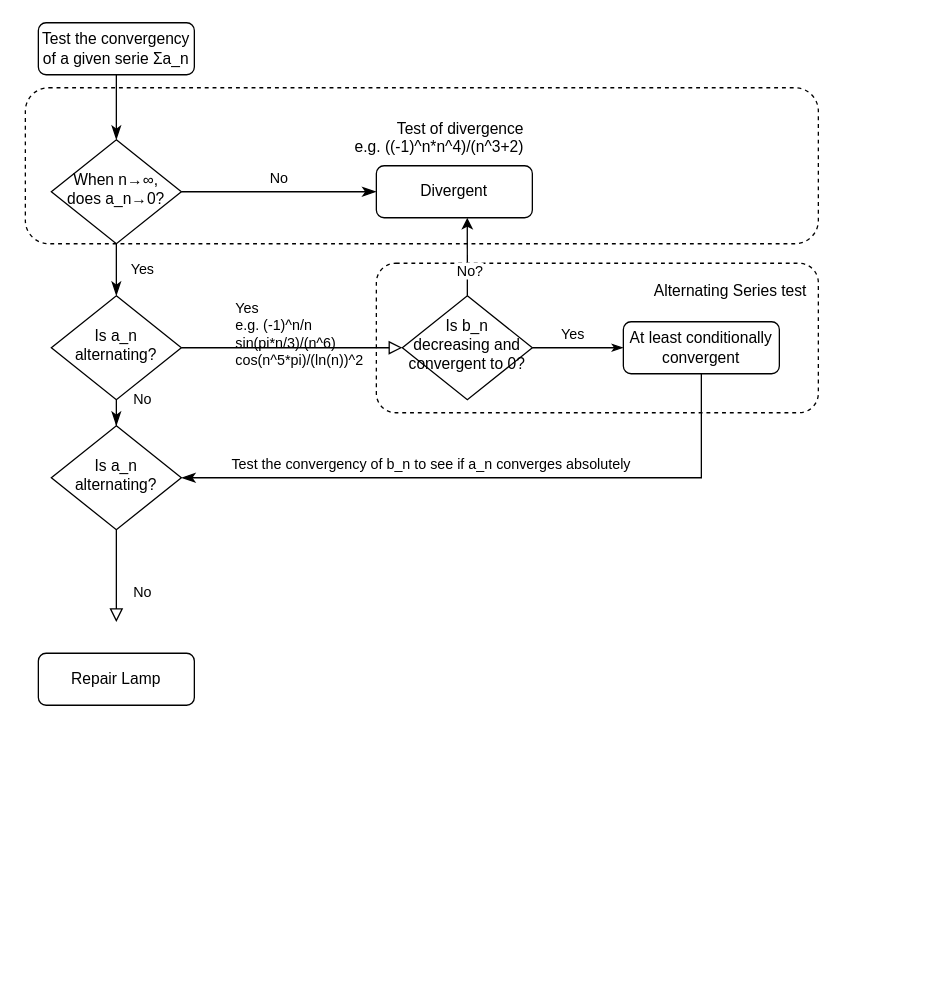
Before: convergency_testings.drawio in lemonci/notes, a draw.io diagram. Source tidied: cells renumbered, new cells numbered last; positions are measured from the earlier drawing's top-left corner, leaving out a move shared by most shapes. Both pictures are drawn from the tidied source at 130%, with x=0, y=0 at pixel (25, 22).
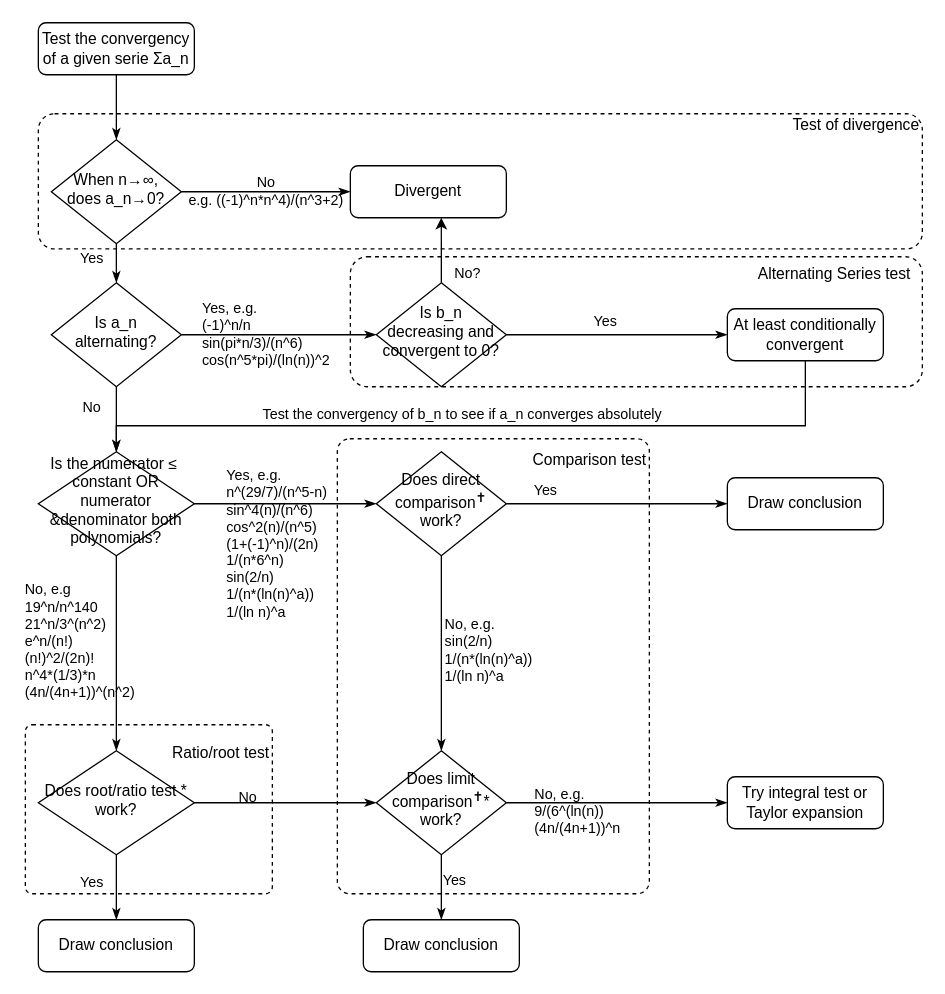
The same diagram, later.

Unchanged cells that the change refers to:
```xml
<mxCell id="5" value="Test the convergency of a given serie Σa_n" style="rounded=1;whiteSpace=wrap;html=1;fontSize=12;glass=0;strokeWidth=1;shadow=0;" parent="1" vertex="1">
  <mxGeometry x="10" width="120" height="40" as="geometry" />
</mxCell>
<mxCell id="8" value="When n→∞, does a_n→0?" style="rhombus;whiteSpace=wrap;html=1;shadow=0;fontFamily=Helvetica;fontSize=12;align=center;strokeWidth=1;spacing=6;spacingTop=-4;" parent="1" vertex="1">
  <mxGeometry x="20" y="90" width="100" height="80" as="geometry" />
</mxCell>
<mxCell id="16" style="edgeStyle=orthogonalEdgeStyle;rounded=0;jettySize=auto;html=1;exitX=0.5;exitY=0;exitDx=0;exitDy=0;entryX=0.583;entryY=1;entryDx=0;entryDy=0;entryPerimeter=0;" parent="1" edge="1" source="18" target="9">
  <mxGeometry relative="1" as="geometry" />
</mxCell>
```

The edit, as a diff of the source:
```diff
@@
+    <mxCell id="22" value="&lt;div align=&quot;right&quot;&gt;&lt;br&gt;&lt;/div&gt;&lt;div align=&quot;right&quot;&gt;&lt;br&gt;&lt;/div&gt;&lt;div align=&quot;right&quot;&gt;Comparison test&lt;/div&gt;&lt;div align=&quot;right&quot;&gt;&lt;br&gt;&lt;/div&gt;&lt;div align=&quot;right&quot;&gt;&lt;br&gt;&lt;/div&gt;&lt;div align=&quot;right&quot;&gt;&lt;br&gt;&lt;/div&gt;&lt;div align=&quot;right&quot;&gt;&lt;br&gt;&lt;/div&gt;&lt;div align=&quot;right&quot;&gt;&lt;br&gt;&lt;/div&gt;&lt;div align=&quot;right&quot;&gt;&lt;br&gt;&lt;/div&gt;&lt;div align=&quot;right&quot;&gt;&lt;br&gt;&lt;/div&gt;&lt;div align=&quot;right&quot;&gt;&lt;br&gt;&lt;/div&gt;&lt;div align=&quot;right&quot;&gt;&lt;br&gt;&lt;/div&gt;&lt;div align=&quot;right&quot;&gt;&lt;br&gt;&lt;/div&gt;&lt;div align=&quot;right&quot;&gt;&lt;br&gt;&lt;/div&gt;&lt;div align=&quot;right&quot;&gt;&lt;br&gt;&lt;/div&gt;&lt;div align=&quot;right&quot;&gt;&amp;nbsp;&amp;nbsp; &lt;br&gt;&lt;/div&gt;&lt;div align=&quot;right&quot;&gt;&lt;br&gt;&lt;/div&gt;&lt;div align=&quot;right&quot;&gt;&lt;br&gt;&lt;/div&gt;&lt;div align=&quot;right&quot;&gt;&lt;br&gt;&lt;/div&gt;&lt;div align=&quot;right&quot;&gt;&lt;br&gt;&lt;/div&gt;&lt;div align=&quot;right&quot;&gt;&lt;br&gt;&lt;/div&gt;&lt;div align=&quot;right&quot;&gt;&lt;br&gt;&lt;/div&gt;&lt;div align=&quot;right&quot;&gt;&lt;br&gt;&lt;/div&gt;&lt;div&gt;&lt;br&gt;&lt;/div&gt;&lt;div&gt;&lt;br&gt;&lt;/div&gt;&lt;div&gt;&lt;br&gt;&lt;/div&gt;&lt;div&gt;&lt;br&gt;&lt;/div&gt;" style="rounded=1;whiteSpace=wrap;html=1;dashed=1;fillColor=none;align=right;arcSize=4;" parent="1" vertex="1">
+      <mxGeometry x="240" y="320" width="240" height="350" as="geometry" />
+    </mxCell>
+    <mxCell id="23" value="&lt;div align=&quot;right&quot;&gt;&lt;br&gt;&lt;/div&gt;&lt;div align=&quot;right&quot;&gt;&lt;br&gt;&lt;/div&gt;&lt;div align=&quot;right&quot;&gt;Ratio/root test&lt;/div&gt;&lt;div align=&quot;right&quot;&gt;&lt;br&gt;&lt;/div&gt;&lt;div align=&quot;right&quot;&gt;&lt;br&gt;&lt;/div&gt;&lt;div align=&quot;right&quot;&gt;&lt;br&gt;&lt;/div&gt;&lt;div align=&quot;right&quot;&gt;&lt;br&gt;&lt;/div&gt;&lt;div align=&quot;right&quot;&gt;&lt;br&gt;&lt;/div&gt;&lt;div align=&quot;right&quot;&gt;&lt;br&gt;&lt;/div&gt;&lt;div align=&quot;right&quot;&gt;&lt;br&gt;&lt;/div&gt;&lt;div align=&quot;right&quot;&gt;&lt;br&gt;&lt;/div&gt;" style="rounded=1;whiteSpace=wrap;html=1;dashed=1;fillColor=none;align=right;arcSize=4;" parent="1" vertex="1">
+      <mxGeometry y="540" width="190" height="130" as="geometry" />
+    </mxCell>
     <mxCell id="2" value="&lt;div align=&quot;right&quot;&gt;&lt;br&gt;&lt;/div&gt;&lt;div align=&quot;right&quot;&gt;&lt;br&gt;&lt;/div&gt;&lt;div align=&quot;right&quot;&gt;Alternating Series test&amp;nbsp;&amp;nbsp; &lt;br&gt;&lt;/div&gt;&lt;div align=&quot;right&quot;&gt;&lt;br&gt;&lt;/div&gt;&lt;div align=&quot;right&quot;&gt;&lt;br&gt;&lt;/div&gt;&lt;div align=&quot;right&quot;&gt;&lt;br&gt;&lt;/div&gt;&lt;div align=&quot;right&quot;&gt;&lt;br&gt;&lt;/div&gt;&lt;div align=&quot;right&quot;&gt;&lt;br&gt;&lt;/div&gt;&lt;div align=&quot;right&quot;&gt;&lt;br&gt;&lt;/div&gt;&lt;div align=&quot;right&quot;&gt;&lt;br&gt;&lt;/div&gt;" style="rounded=1;whiteSpace=wrap;html=1;dashed=1;fillColor=none;align=right;arcSize=13;" parent="1" vertex="1">
-      <mxGeometry x="270" y="185" width="340" height="115" as="geometry" />
+      <mxGeometry x="250" y="180" width="440" height="100" as="geometry" />
     </mxCell>
-    <mxCell id="3" value="&lt;div align=&quot;right&quot;&gt;&lt;span style=&quot;white-space: pre&quot;&gt; &lt;/span&gt;&lt;span style=&quot;white-space: pre&quot;&gt; &lt;/span&gt;&lt;span style=&quot;white-space: pre&quot;&gt; &lt;/span&gt;&lt;span style=&quot;white-space: pre&quot;&gt; &lt;/span&gt;&lt;span style=&quot;white-space: pre&quot;&gt; &lt;/span&gt;&lt;span style=&quot;white-space: pre&quot;&gt; &lt;/span&gt;&lt;span style=&quot;white-space: pre&quot;&gt; &lt;/span&gt;&lt;span style=&quot;white-space: pre&quot;&gt; &lt;/span&gt;&lt;span style=&quot;white-space: pre&quot;&gt; &lt;/span&gt;&lt;span style=&quot;white-space: pre&quot;&gt; &lt;/span&gt;&lt;span style=&quot;white-space: pre&quot;&gt; &lt;/span&gt;&lt;span style=&quot;white-space: pre&quot;&gt; &lt;/span&gt;&lt;span style=&quot;white-space: pre&quot;&gt; &lt;/span&gt;&lt;span style=&quot;white-space: pre&quot;&gt; &lt;/span&gt;&lt;span style=&quot;white-space: pre&quot;&gt; &lt;/span&gt;&lt;span style=&quot;white-space: pre&quot;&gt; &lt;/span&gt;&lt;span style=&quot;white-space: pre&quot;&gt; &lt;/span&gt;&lt;span style=&quot;white-space: pre&quot;&gt; &lt;/span&gt;Test of divergence&lt;/div&gt;&lt;div align=&quot;right&quot;&gt;e.g. ((-1)^n*n^4)/(n^3+2)&lt;br&gt;&lt;/div&gt;&lt;div&gt;&lt;br&gt;&lt;/div&gt;&lt;div&gt;&lt;br&gt;&lt;/div&gt;&lt;div&gt;&lt;br&gt;&lt;/div&gt;" style="rounded=1;whiteSpace=wrap;html=1;dashed=1;fillColor=none;" parent="1" vertex="1">
-      <mxGeometry y="50" width="610" height="120" as="geometry" />
+    <mxCell id="3" value="&lt;div align=&quot;right&quot;&gt;&lt;span style=&quot;white-space: pre&quot;&gt; &lt;/span&gt;&lt;span style=&quot;white-space: pre&quot;&gt; &lt;/span&gt;&lt;span style=&quot;white-space: pre&quot;&gt; &lt;/span&gt;&lt;span style=&quot;white-space: pre&quot;&gt; &lt;/span&gt;&lt;span style=&quot;white-space: pre&quot;&gt; &lt;/span&gt;&lt;span style=&quot;white-space: pre&quot;&gt; &lt;/span&gt;&lt;span style=&quot;white-space: pre&quot;&gt; &lt;/span&gt;&lt;span style=&quot;white-space: pre&quot;&gt; &lt;/span&gt;&lt;span style=&quot;white-space: pre&quot;&gt; &lt;/span&gt;&lt;span style=&quot;white-space: pre&quot;&gt; &lt;/span&gt;&lt;span style=&quot;white-space: pre&quot;&gt; &lt;/span&gt;&lt;span style=&quot;white-space: pre&quot;&gt; &lt;/span&gt;&lt;span style=&quot;white-space: pre&quot;&gt; &lt;/span&gt;&lt;span style=&quot;white-space: pre&quot;&gt; &lt;/span&gt;&lt;span style=&quot;white-space: pre&quot;&gt; &lt;/span&gt;&lt;span style=&quot;white-space: pre&quot;&gt; &lt;/span&gt;&lt;span style=&quot;white-space: pre&quot;&gt; &lt;/span&gt;&lt;span style=&quot;white-space: pre&quot;&gt; &lt;/span&gt;Test of divergence&lt;/div&gt;&lt;div align=&quot;right&quot;&gt;&lt;br&gt;&lt;/div&gt;&lt;div align=&quot;right&quot;&gt;&lt;br&gt;&lt;/div&gt;&lt;div align=&quot;right&quot;&gt;&lt;br&gt;&lt;/div&gt;&lt;div align=&quot;right&quot;&gt;&lt;br&gt;&lt;/div&gt;&lt;div align=&quot;right&quot;&gt;&lt;br&gt;&lt;/div&gt;&lt;div align=&quot;right&quot;&gt;&lt;br&gt;&lt;/div&gt;" style="rounded=1;whiteSpace=wrap;html=1;dashed=1;fillColor=none;align=right;arcSize=12;" parent="1" vertex="1">
+      <mxGeometry x="10" y="70" width="680" height="104" as="geometry" />
     </mxCell>
-    <mxCell id="4" style="rounded=0;html=1;jettySize=auto;fontSize=11;endArrow=classicThin;endFill=1;endSize=8;strokeWidth=1;shadow=0;labelBackgroundColor=none;edgeStyle=orthogonalEdgeStyle;" parent="1" edge="1" source="5" target="8">
+    <mxCell id="4" style="edgeStyle=orthogonalEdgeStyle;rounded=0;jettySize=auto;html=1;exitX=0.5;exitY=1;exitDx=0;exitDy=0;endArrow=classicThin;endFill=1;" parent="1" edge="1" source="5" target="8">
       <mxGeometry relative="1" as="geometry" />
     </mxCell>
@@
+    <mxCell id="7" value="&lt;div&gt;No&lt;/div&gt;&lt;div&gt;e.g. ((-1)^n*n^4)/(n^3+2)&lt;/div&gt;" style="edgeStyle=orthogonalEdgeStyle;rounded=0;jettySize=auto;html=1;exitX=1;exitY=0.5;exitDx=0;exitDy=0;entryX=0;entryY=0.5;entryDx=0;entryDy=0;endArrow=classicThin;endFill=1;labelBackgroundColor=none;" parent="1" edge="1" source="8" target="9">
+      <mxGeometry relative="1" as="geometry" />
+    </mxCell>
-    <mxCell id="6" value="Yes" style="rounded=0;html=1;jettySize=auto;fontSize=11;endArrow=classicThin;endFill=1;endSize=8;strokeWidth=1;shadow=0;labelBackgroundColor=none;edgeStyle=orthogonalEdgeStyle;" parent="1" edge="1" source="8" target="12">
-      <mxGeometry y="20" relative="1" as="geometry" />
+    <mxCell id="6" style="edgeStyle=orthogonalEdgeStyle;rounded=0;jettySize=auto;html=1;exitX=0.5;exitY=1;exitDx=0;exitDy=0;entryX=0.5;entryY=0;entryDx=0;entryDy=0;endArrow=classicThin;endFill=1;" parent="1" edge="1" source="8" target="12">
+      <mxGeometry relative="1" as="geometry" />
     </mxCell>
-    <mxCell id="7" value="No" style="edgeStyle=orthogonalEdgeStyle;rounded=0;html=1;jettySize=auto;fontSize=11;endArrow=classicThin;endFill=1;endSize=8;strokeWidth=1;shadow=0;labelBackgroundColor=none;" parent="1" edge="1" source="8" target="9">
-      <mxGeometry y="10" relative="1" as="geometry" />
-    </mxCell>
+    <mxCell id="24" value="Yes" style="edgeLabel;html=1;align=center;verticalAlign=middle;" parent="6" vertex="1">
+      <mxGeometry x="0.73" y="2" relative="1" as="geometry">
+        <mxPoint x="-22" y="-16" as="offset" />
+      </mxGeometry>
+    </mxCell>
@@
     <mxCell id="9" value="Divergent" style="rounded=1;whiteSpace=wrap;html=1;fontSize=12;glass=0;strokeWidth=1;shadow=0;" parent="1" vertex="1">
-      <mxGeometry x="270" y="110" width="120" height="40" as="geometry" />
+      <mxGeometry x="250" y="110" width="120" height="40" as="geometry" />
     </mxCell>
+    <mxCell id="11" style="edgeStyle=orthogonalEdgeStyle;rounded=0;jettySize=auto;html=1;exitX=1;exitY=0.5;exitDx=0;exitDy=0;entryX=0;entryY=0.5;entryDx=0;entryDy=0;endArrow=classicThin;endFill=1;" parent="1" edge="1" source="12" target="18">
+      <mxGeometry relative="1" as="geometry" />
+    </mxCell>
+    <mxCell id="25" value="&lt;div align=&quot;left&quot;&gt;Yes, e.g. &lt;/div&gt;&lt;div align=&quot;left&quot;&gt;(-1)^n/n&lt;/div&gt;&lt;div align=&quot;left&quot;&gt;sin(pi*n/3)/(n^6)&lt;/div&gt;&lt;div align=&quot;left&quot;&gt;cos(n^5*pi)/(ln(n))^2&lt;br&gt;&lt;/div&gt;" style="edgeLabel;html=1;align=center;verticalAlign=middle;labelBackgroundColor=none;" parent="11" vertex="1">
+      <mxGeometry x="-0.15" relative="1" as="geometry">
+        <mxPoint y="-1" as="offset" />
+      </mxGeometry>
+    </mxCell>
-    <mxCell id="10" value="No" style="rounded=0;html=1;jettySize=auto;fontSize=11;endArrow=classicThin;endFill=1;endSize=8;strokeWidth=1;shadow=0;labelBackgroundColor=none;edgeStyle=orthogonalEdgeStyle;entryX=0.5;entryY=0;entryDx=0;entryDy=0;entryPerimeter=0;" parent="1" edge="1" source="12" target="19">
-      <mxGeometry x="0.33" y="20" relative="1" as="geometry" />
+    <mxCell id="10" style="edgeStyle=orthogonalEdgeStyle;rounded=0;jettySize=auto;html=1;exitX=0.5;exitY=1;exitDx=0;exitDy=0;entryX=0.5;entryY=0;entryDx=0;entryDy=0;endArrow=classicThin;endFill=1;" parent="1" edge="1" source="12" target="19">
+      <mxGeometry relative="1" as="geometry" />
     </mxCell>
-    <mxCell id="11" value="&lt;div align=&quot;left&quot;&gt;Yes&lt;/div&gt;&lt;div align=&quot;left&quot;&gt;e.g. (-1)^n/n&lt;/div&gt;&lt;div align=&quot;left&quot;&gt;sin(pi*n/3)/(n^6)&lt;/div&gt;&lt;div align=&quot;left&quot;&gt;cos(n^5*pi)/(ln(n))^2&lt;br&gt;&lt;/div&gt;" style="edgeStyle=orthogonalEdgeStyle;rounded=0;html=1;jettySize=auto;fontSize=11;endArrow=block;endFill=0;endSize=8;strokeWidth=1;shadow=0;labelBackgroundColor=none;entryX=0;entryY=0.5;entryDx=0;entryDy=0;align=left;" parent="1" edge="1" source="12" target="18">
-      <mxGeometry x="-0.53" y="10" relative="1" as="geometry" />
-    </mxCell>
+    <mxCell id="26" value="No" style="edgeLabel;html=1;align=center;verticalAlign=middle;" parent="10" vertex="1">
+      <mxGeometry x="-0.4" y="2" relative="1" as="geometry">
+        <mxPoint x="-22" as="offset" />
+      </mxGeometry>
+    </mxCell>
     <mxCell id="12" value="Is a_n alternating?" style="rhombus;whiteSpace=wrap;html=1;shadow=0;fontFamily=Helvetica;fontSize=12;align=center;strokeWidth=1;spacing=6;spacingTop=-4;" parent="1" vertex="1">
-      <mxGeometry x="20" y="210" width="100" height="80" as="geometry" />
+      <mxGeometry x="20" y="200" width="100" height="80" as="geometry" />
     </mxCell>
-    <mxCell id="13" value="Repair Lamp" style="rounded=1;whiteSpace=wrap;html=1;fontSize=12;glass=0;strokeWidth=1;shadow=0;" parent="1" vertex="1">
-      <mxGeometry x="10" y="485" width="120" height="40" as="geometry" />
-    </mxCell>
+    <mxCell id="27" style="edgeStyle=orthogonalEdgeStyle;rounded=0;jettySize=auto;html=1;exitX=0.5;exitY=1;exitDx=0;exitDy=0;entryX=0.5;entryY=0;entryDx=0;entryDy=0;endArrow=classicThin;endFill=1;" parent="1" edge="1" source="14" target="19">
+      <mxGeometry relative="1" as="geometry">
+        <Array as="points">
+          <mxPoint x="600" y="310" />
+          <mxPoint x="70" y="310" />
+        </Array>
+      </mxGeometry>
+    </mxCell>
+    <mxCell id="21" value="Test the convergency of b_n to see if a_n converges absolutely" style="edgeLabel;html=1;align=center;verticalAlign=middle;" parent="27" vertex="1">
+      <mxGeometry x="0.13" y="1" relative="1" as="geometry">
+        <mxPoint x="24" y="-11" as="offset" />
+      </mxGeometry>
+    </mxCell>
     <mxCell id="14" value="At least conditionally convergent" style="rounded=1;whiteSpace=wrap;html=1;fontSize=12;glass=0;strokeWidth=1;shadow=0;" parent="1" vertex="1">
-      <mxGeometry x="460" y="230" width="120" height="40" as="geometry" />
+      <mxGeometry x="540" y="220" width="120" height="40" as="geometry" />
     </mxCell>
@@
     <mxCell id="17" value="No?" style="edgeLabel;html=1;align=center;verticalAlign=middle;" parent="16" vertex="1">
-      <mxGeometry x="-0.37" y="-2" relative="1" as="geometry" />
+      <mxGeometry x="-0.37" y="-2" relative="1" as="geometry">
+        <mxPoint x="18" y="9" as="offset" />
+      </mxGeometry>
     </mxCell>
     <mxCell id="18" value="Is b_n decreasing and convergent to 0?" style="rhombus;whiteSpace=wrap;html=1;shadow=0;fontFamily=Helvetica;fontSize=12;align=center;strokeWidth=1;spacing=6;spacingTop=-4;" parent="1" vertex="1">
-      <mxGeometry x="290" y="210" width="100" height="80" as="geometry" />
+      <mxGeometry x="270" y="200" width="100" height="80" as="geometry" />
     </mxCell>
+    <mxCell id="28" style="edgeStyle=orthogonalEdgeStyle;rounded=0;jettySize=auto;html=1;exitX=1;exitY=0.5;exitDx=0;exitDy=0;endArrow=classicThin;endFill=1;" parent="1" edge="1" source="19" target="35">
+      <mxGeometry relative="1" as="geometry" />
+    </mxCell>
+    <mxCell id="29" value="&lt;div&gt;Yes, e.g.&lt;/div&gt;&lt;div&gt;n^(29/7)/(n^5-n)&lt;/div&gt;&lt;div&gt;sin^4(n)/(n^6)&lt;/div&gt;&lt;div&gt;cos^2(n)/(n^5)&lt;/div&gt;&lt;div&gt;(1+(-1)^n)/(2n)&lt;br&gt;&lt;/div&gt;&lt;div&gt;1/(n*6^n)&lt;/div&gt;&lt;div&gt;sin(2/n)&lt;/div&gt;&lt;div&gt;1/(n*(ln(n)^a))&lt;/div&gt;&lt;div&gt;1/(ln n)^a&lt;/div&gt;" style="edgeLabel;html=1;align=left;verticalAlign=middle;labelBackgroundColor=none;" parent="28" vertex="1">
+      <mxGeometry x="-0.22" y="2" relative="1" as="geometry">
+        <mxPoint x="-32" y="32" as="offset" />
+      </mxGeometry>
+    </mxCell>
+    <mxCell id="30" style="edgeStyle=orthogonalEdgeStyle;rounded=0;jettySize=auto;html=1;exitX=0.5;exitY=1;exitDx=0;exitDy=0;endArrow=classicThin;endFill=1;" parent="1" edge="1" source="19" target="44">
+      <mxGeometry relative="1" as="geometry" />
+    </mxCell>
+    <mxCell id="31" value="&lt;div&gt;No, e.g &lt;/div&gt;&lt;div&gt;19^n/n^140&lt;/div&gt;&lt;div&gt;21^n/3^(n^2)&lt;/div&gt;&lt;div&gt;e^n/(n!)&lt;/div&gt;&lt;div&gt;(n!)^2/(2n)!&lt;/div&gt;&lt;div&gt;n^4*(1/3)*n&lt;/div&gt;&lt;div&gt;(4n/(4n+1))^(n^2)&lt;br&gt;&lt;/div&gt;" style="edgeLabel;html=1;align=left;verticalAlign=middle;labelBackgroundColor=none;" parent="30" vertex="1">
+      <mxGeometry x="-0.26" y="2" relative="1" as="geometry">
+        <mxPoint x="-74" y="9" as="offset" />
+      </mxGeometry>
+    </mxCell>
-    <mxCell id="19" value="Is a_n alternating?" style="rhombus;whiteSpace=wrap;html=1;shadow=0;fontFamily=Helvetica;fontSize=12;align=center;strokeWidth=1;spacing=6;spacingTop=-4;" parent="1" vertex="1">
-      <mxGeometry x="20" y="310" width="100" height="80" as="geometry" />
+    <mxCell id="19" value="Is the numerator ≤&amp;nbsp; constant OR numerator &amp;amp;denominator both polynomials?" style="rhombus;whiteSpace=wrap;html=1;shadow=0;fontFamily=Helvetica;fontSize=12;align=center;strokeWidth=1;spacing=6;spacingTop=-4;" parent="1" vertex="1">
+      <mxGeometry x="10" y="330" width="120" height="80" as="geometry" />
     </mxCell>
-    <mxCell id="20" value="No" style="rounded=0;html=1;jettySize=auto;fontSize=11;endArrow=block;endFill=0;endSize=8;strokeWidth=1;shadow=0;labelBackgroundColor=none;edgeStyle=orthogonalEdgeStyle;exitX=0.5;exitY=1;exitDx=0;exitDy=0;" parent="1" edge="1" source="19">
-      <mxGeometry x="0.33" y="20" relative="1" as="geometry">
-        <mxPoint x="70" y="461" as="targetPoint" />
-      </mxGeometry>
-    </mxCell>
-    <mxCell id="21" value="Test the convergency of b_n to see if a_n converges absolutely" style="rounded=0;html=1;jettySize=auto;fontSize=11;endArrow=classicThin;endFill=1;endSize=8;strokeWidth=1;shadow=0;labelBackgroundColor=none;edgeStyle=orthogonalEdgeStyle;entryX=1;entryY=0.5;entryDx=0;entryDy=0;exitX=0.5;exitY=1;exitDx=0;exitDy=0;" parent="1" edge="1" source="14" target="19">
-      <mxGeometry x="0.2" y="-10" relative="1" as="geometry" />
-    </mxCell>
+    <mxCell id="32" style="edgeStyle=orthogonalEdgeStyle;rounded=0;jettySize=auto;html=1;exitX=0.5;exitY=1;exitDx=0;exitDy=0;endArrow=classicThin;endFill=1;" parent="1" edge="1" source="35" target="39">
+      <mxGeometry relative="1" as="geometry" />
+    </mxCell>
+    <mxCell id="33" value="&lt;div&gt;No, e.g.&lt;/div&gt;&lt;div&gt;sin(2/n)&lt;/div&gt;&lt;div&gt;1/(n*(ln(n)^a))&lt;/div&gt;&lt;div&gt;1/(ln n)^a&lt;br&gt;&lt;/div&gt;" style="edgeLabel;html=1;align=left;verticalAlign=middle;" parent="32" vertex="1">
+      <mxGeometry x="-0.04" y="1" relative="1" as="geometry" />
+    </mxCell>
+    <mxCell id="34" value="Yes" style="edgeStyle=orthogonalEdgeStyle;rounded=0;jettySize=auto;html=1;exitX=1;exitY=0.5;exitDx=0;exitDy=0;entryX=0;entryY=0.5;entryDx=0;entryDy=0;endArrow=classicThin;endFill=1;" parent="1" edge="1" source="35" target="46">
+      <mxGeometry x="-0.65" y="10" relative="1" as="geometry" />
+    </mxCell>
+    <mxCell id="35" value="Does direct comparison&lt;sup&gt;✝&lt;/sup&gt; work?" style="rhombus;whiteSpace=wrap;html=1;shadow=0;fontFamily=Helvetica;fontSize=12;align=center;strokeWidth=1;spacing=6;spacingTop=-4;" parent="1" vertex="1">
+      <mxGeometry x="270" y="330" width="100" height="80" as="geometry" />
+    </mxCell>
+    <mxCell id="36" style="edgeStyle=orthogonalEdgeStyle;rounded=0;jettySize=auto;html=1;exitX=1;exitY=0.5;exitDx=0;exitDy=0;entryX=0;entryY=0.5;entryDx=0;entryDy=0;endArrow=classicThin;endFill=1;" parent="1" edge="1" source="39" target="45">
+      <mxGeometry relative="1" as="geometry" />
+    </mxCell>
+    <mxCell id="37" value="&lt;div&gt;No, e.g. &lt;br&gt;&lt;/div&gt;&lt;div&gt;9/(6^(ln(n))&lt;br&gt;&lt;div&gt;(4n/(4n+1))^n&lt;/div&gt;&lt;/div&gt;" style="edgeLabel;html=1;align=left;verticalAlign=middle;labelBackgroundColor=none;" parent="36" vertex="1">
+      <mxGeometry x="-0.07" y="-1" relative="1" as="geometry">
+        <mxPoint x="-59" y="5" as="offset" />
+      </mxGeometry>
+    </mxCell>
+    <mxCell id="38" value="&lt;div&gt;Yes&lt;/div&gt;" style="edgeStyle=orthogonalEdgeStyle;rounded=0;jettySize=auto;html=1;exitX=0.5;exitY=1;exitDx=0;exitDy=0;entryX=0.5;entryY=0;entryDx=0;entryDy=0;endArrow=classicThin;endFill=1;" parent="1" edge="1" source="39" target="48">
+      <mxGeometry x="-0.2" y="10" relative="1" as="geometry">
+        <Array as="points">
+          <mxPoint x="320" y="660" />
+          <mxPoint x="320" y="660" />
+        </Array>
+      </mxGeometry>
+    </mxCell>
+    <mxCell id="39" value="Does limit comparison&lt;sup&gt;✝&lt;/sup&gt;* work?" style="rhombus;whiteSpace=wrap;html=1;shadow=0;fontFamily=Helvetica;fontSize=12;align=center;strokeWidth=1;spacing=6;spacingTop=-4;" parent="1" vertex="1">
+      <mxGeometry x="270" y="560" width="100" height="80" as="geometry" />
+    </mxCell>
+    <mxCell id="40" style="edgeStyle=orthogonalEdgeStyle;rounded=0;jettySize=auto;html=1;exitX=1;exitY=0.5;exitDx=0;exitDy=0;entryX=0;entryY=0.5;entryDx=0;entryDy=0;endArrow=classicThin;endFill=1;" parent="1" edge="1" source="44" target="39">
+      <mxGeometry relative="1" as="geometry" />
+    </mxCell>
+    <mxCell id="41" value="&lt;div&gt;No&lt;br&gt;&lt;/div&gt;" style="edgeLabel;html=1;align=center;verticalAlign=middle;labelBackgroundColor=none;" parent="40" vertex="1">
+      <mxGeometry x="-0.17" y="-1" relative="1" as="geometry">
+        <mxPoint x="-18" y="-6" as="offset" />
+      </mxGeometry>
+    </mxCell>
+    <mxCell id="42" style="edgeStyle=orthogonalEdgeStyle;rounded=0;jettySize=auto;html=1;exitX=0.5;exitY=1;exitDx=0;exitDy=0;entryX=0.5;entryY=0;entryDx=0;entryDy=0;endArrow=classicThin;endFill=1;" parent="1" edge="1" source="44" target="47">
+      <mxGeometry relative="1" as="geometry" />
+    </mxCell>
+    <mxCell id="43" value="Yes" style="edgeLabel;html=1;align=center;verticalAlign=middle;" parent="42" vertex="1">
+      <mxGeometry x="0.08" y="2" relative="1" as="geometry">
+        <mxPoint x="-22" y="-7" as="offset" />
+      </mxGeometry>
+    </mxCell>
+    <mxCell id="44" value="Does root/ratio test * work?" style="rhombus;whiteSpace=wrap;html=1;shadow=0;fontFamily=Helvetica;fontSize=12;align=center;strokeWidth=1;spacing=6;spacingTop=-4;" parent="1" vertex="1">
+      <mxGeometry x="10" y="560" width="120" height="80" as="geometry" />
+    </mxCell>
+    <mxCell id="45" value="Try integral test or Taylor expansion" style="rounded=1;whiteSpace=wrap;html=1;fontSize=12;glass=0;strokeWidth=1;shadow=0;" parent="1" vertex="1">
+      <mxGeometry x="540" y="580" width="120" height="40" as="geometry" />
+    </mxCell>
+    <mxCell id="46" value="Draw conclusion" style="rounded=1;whiteSpace=wrap;html=1;fontSize=12;glass=0;strokeWidth=1;shadow=0;" parent="1" vertex="1">
+      <mxGeometry x="540" y="350" width="120" height="40" as="geometry" />
+    </mxCell>
+    <mxCell id="47" value="Draw conclusion" style="rounded=1;whiteSpace=wrap;html=1;fontSize=12;glass=0;strokeWidth=1;shadow=0;" parent="1" vertex="1">
+      <mxGeometry x="10" y="690" width="120" height="40" as="geometry" />
+    </mxCell>
+    <mxCell id="48" value="Draw conclusion" style="rounded=1;whiteSpace=wrap;html=1;fontSize=12;glass=0;strokeWidth=1;shadow=0;" parent="1" vertex="1">
+      <mxGeometry x="260" y="690" width="120" height="40" as="geometry" />
+    </mxCell>
```
